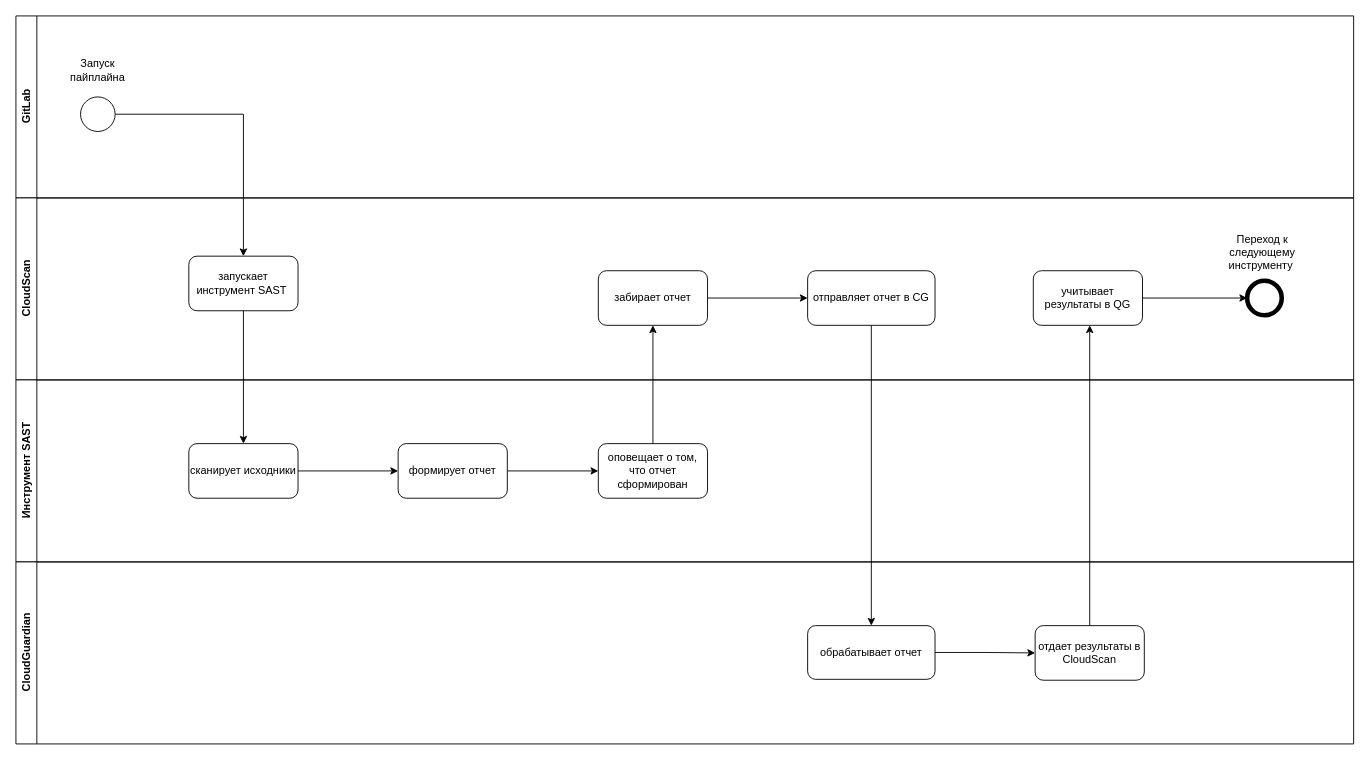
ayeleth-o-shea/drafts keeps this draw.io diagram as SAST.drawio. Above is the earlier version. Source tidied: cells renumbered, new cells numbered last; positions are measured from the earlier drawing's top-left corner, leaving out a move shared by most shapes. Both pictures are drawn from the tidied source at 91%, with x=0, y=0 at pixel (15, 15).
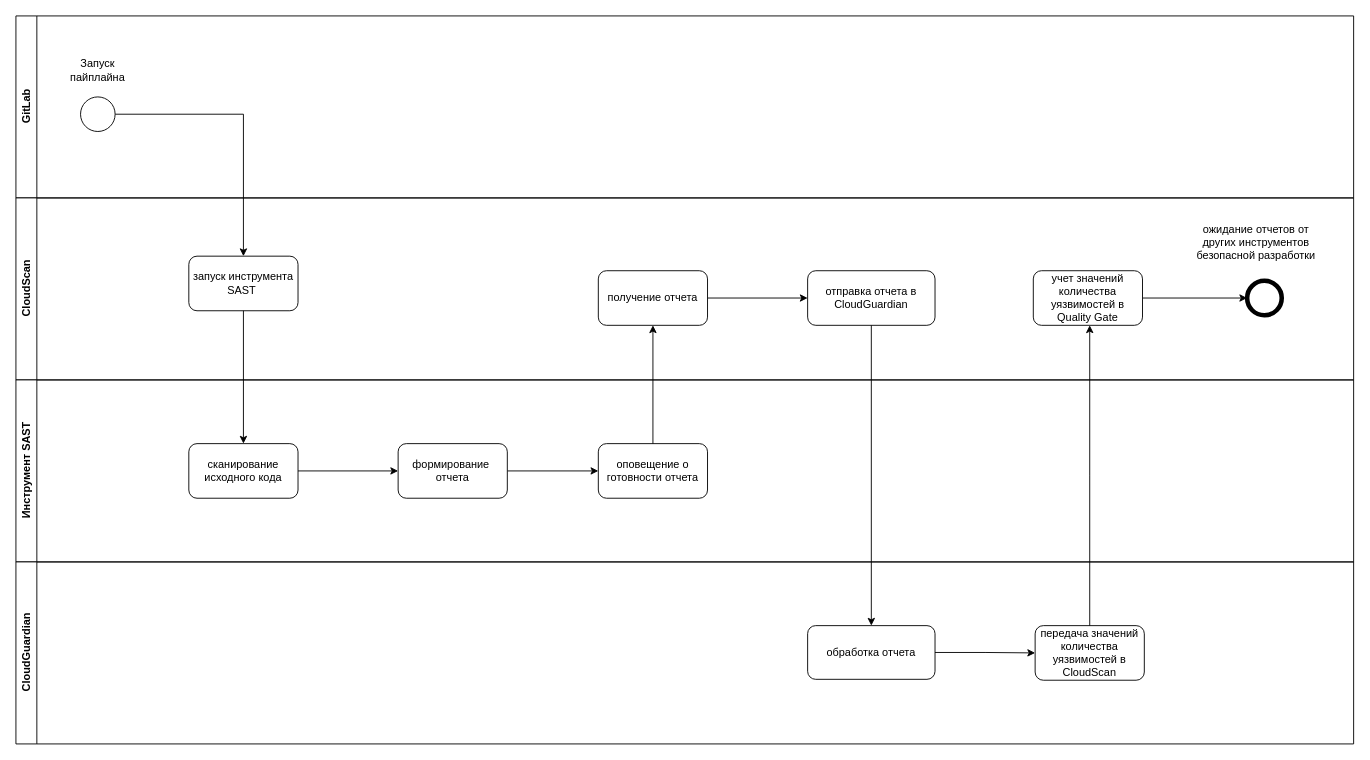
The same page after the edit.

The change refers to these unchanged cells:
```xml
<mxCell id="3" value="CloudScan" style="swimlane;horizontal=0;whiteSpace=wrap;html=1;" parent="1" vertex="1">
  <mxGeometry y="200" width="1470" height="200" as="geometry" />
</mxCell>
<mxCell id="12" value="Инструмент SAST" style="swimlane;horizontal=0;whiteSpace=wrap;html=1;" parent="1" vertex="1">
  <mxGeometry y="400" width="1470" height="200" as="geometry" />
</mxCell>
```

Change to the diagram source:
```diff
@@
-    <mxCell id="4" value="запускает инструмент SAST&amp;nbsp;" style="rounded=1;whiteSpace=wrap;html=1;" parent="3" vertex="1">
+    <mxCell id="4" value="запуск инструмента SAST&amp;nbsp;" style="rounded=1;whiteSpace=wrap;html=1;" parent="3" vertex="1">
       <mxGeometry x="190" y="64" width="120" height="60" as="geometry" />
     </mxCell>
@@
-    <mxCell id="6" value="забирает отчет" style="rounded=1;whiteSpace=wrap;html=1;" parent="3" vertex="1">
+    <mxCell id="6" value="получение отчета" style="rounded=1;whiteSpace=wrap;html=1;" parent="3" vertex="1">
       <mxGeometry x="640" y="80" width="120" height="60" as="geometry" />
     </mxCell>
-    <mxCell id="7" value="отправляет отчет в CG" style="rounded=1;whiteSpace=wrap;html=1;" parent="3" vertex="1">
+    <mxCell id="7" value="отправка отчета в CloudGuardian" style="rounded=1;whiteSpace=wrap;html=1;" parent="3" vertex="1">
       <mxGeometry x="870" y="80" width="140" height="60" as="geometry" />
     </mxCell>
@@
-    <mxCell id="9" value="учитывает результаты в QG" style="rounded=1;whiteSpace=wrap;html=1;" parent="3" vertex="1">
+    <mxCell id="9" value="учет значений количества уязвимостей в Quality Gate" style="rounded=1;whiteSpace=wrap;html=1;" parent="3" vertex="1">
       <mxGeometry x="1118" y="80" width="120" height="60" as="geometry" />
     </mxCell>
@@
-    <mxCell id="11" value="Переход к следующему инструменту&amp;nbsp;" style="text;html=1;strokeColor=none;fillColor=none;align=center;verticalAlign=middle;whiteSpace=wrap;rounded=0;" parent="3" vertex="1">
-      <mxGeometry x="1340" y="45" width="60" height="30" as="geometry" />
+    <mxCell id="11" value="ожидание отчетов от других инструментов безопасной разработки" style="text;html=1;strokeColor=none;fillColor=none;align=center;verticalAlign=middle;whiteSpace=wrap;rounded=0;" parent="3" vertex="1">
+      <mxGeometry x="1293" y="34" width="140" height="30" as="geometry" />
     </mxCell>
@@
-    <mxCell id="14" value="сканирует исходники" style="rounded=1;whiteSpace=wrap;html=1;" parent="12" vertex="1">
+    <mxCell id="14" value="сканирование исходного кода" style="rounded=1;whiteSpace=wrap;html=1;" parent="12" vertex="1">
       <mxGeometry x="190" y="70" width="120" height="60" as="geometry" />
     </mxCell>
@@
-    <mxCell id="16" value="формирует отчет" style="rounded=1;whiteSpace=wrap;html=1;" parent="12" vertex="1">
+    <mxCell id="16" value="формирование&amp;nbsp; отчета" style="rounded=1;whiteSpace=wrap;html=1;" parent="12" vertex="1">
       <mxGeometry x="420" y="70" width="120" height="60" as="geometry" />
     </mxCell>
-    <mxCell id="17" value="оповещает о том, что отчет сформирован" style="rounded=1;whiteSpace=wrap;html=1;" parent="12" vertex="1">
+    <mxCell id="17" value="оповещение о готовности отчета" style="rounded=1;whiteSpace=wrap;html=1;" parent="12" vertex="1">
       <mxGeometry x="640" y="70" width="120" height="60" as="geometry" />
     </mxCell>
@@
-    <mxCell id="19" value="обрабатывает отчет" style="rounded=1;whiteSpace=wrap;html=1;" parent="12" vertex="1">
+    <mxCell id="19" value="обработка отчета" style="rounded=1;whiteSpace=wrap;html=1;" parent="12" vertex="1">
       <mxGeometry x="870" y="270" width="140" height="59" as="geometry" />
     </mxCell>
-    <mxCell id="20" value="отдает результаты в CloudScan" style="rounded=1;whiteSpace=wrap;html=1;" parent="12" vertex="1">
+    <mxCell id="20" value="передача значений количества уязвимостей в CloudScan" style="rounded=1;whiteSpace=wrap;html=1;" parent="12" vertex="1">
       <mxGeometry x="1120" y="270" width="120" height="60" as="geometry" />
     </mxCell>
```
